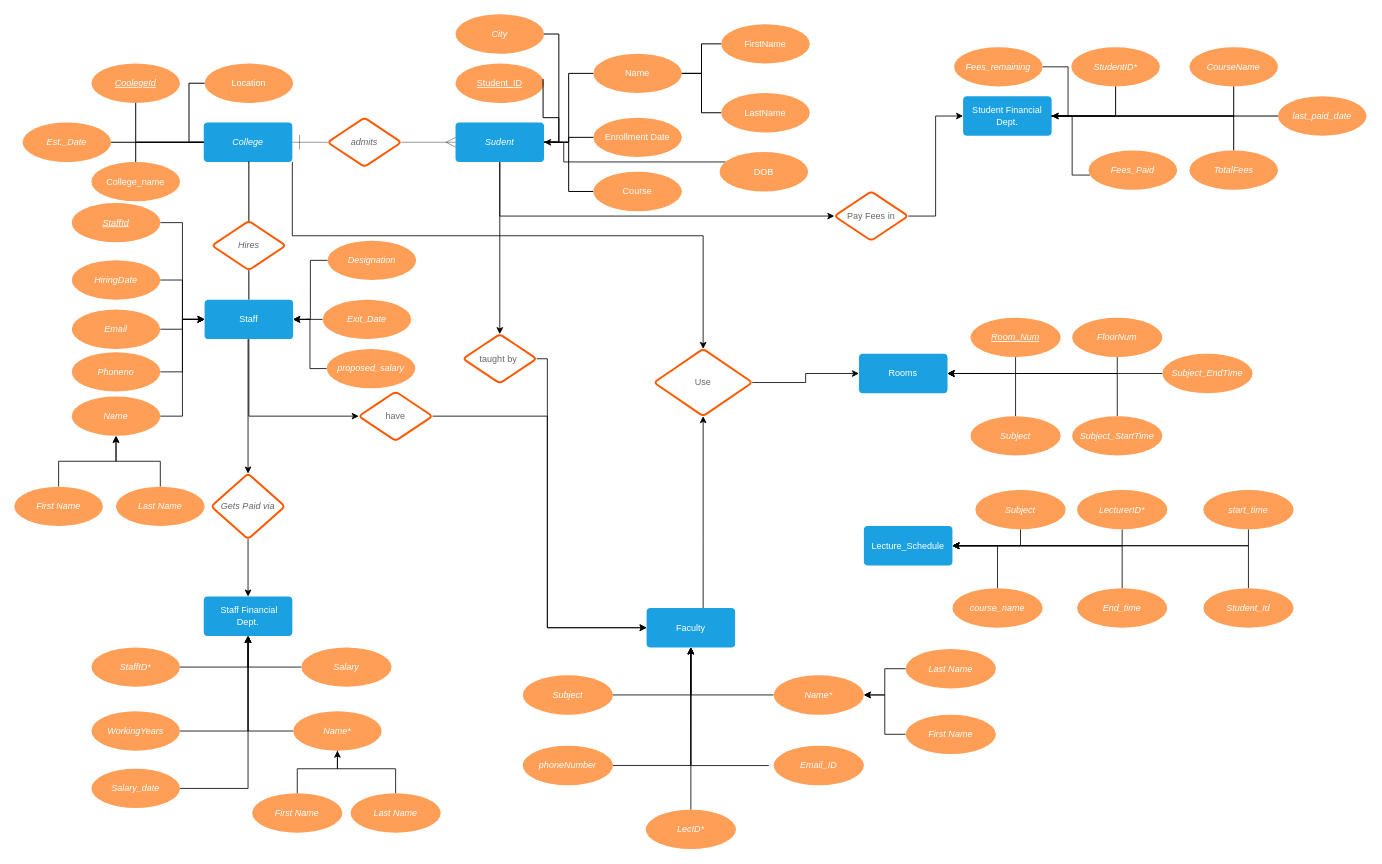
The draw.io diagram Untitled Diagram.drawio in nikgrover/DBMS, before the edit. Source tidied: cells renumbered, new cells numbered last; positions are measured from the earlier drawing's top-left corner, leaving out a move shared by most shapes. Both pictures are drawn from the tidied source at 82%, with x=0, y=0 at pixel (14, 14).
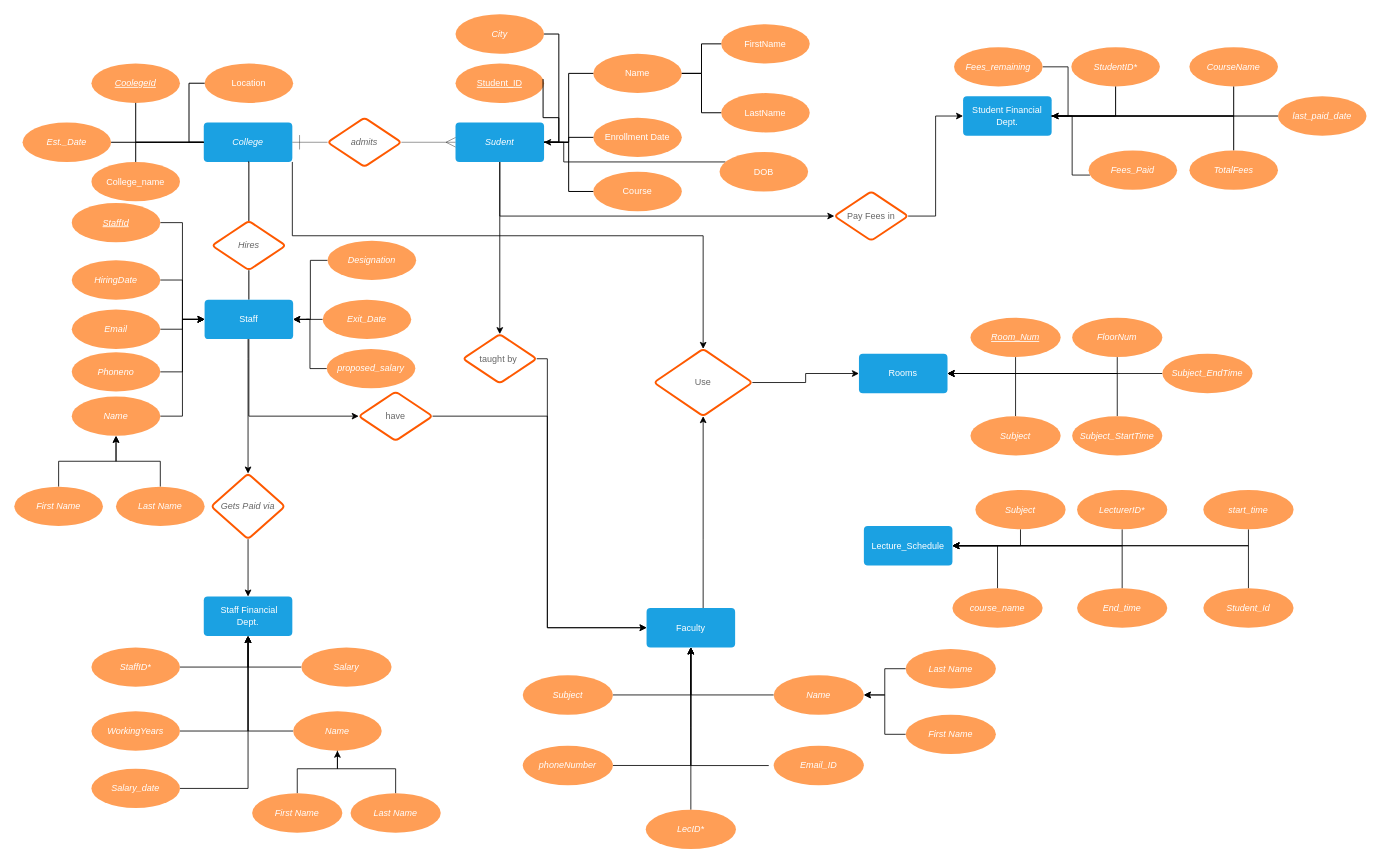
After the change.

Diff of the diagram source:
```diff
@@
-    <mxCell id="68" value="Name*" style="html=1;whiteSpace=wrap;ellipse;fontSize=11;fontColor=#ffffff;fontStyle=2;spacing=5;strokeOpacity=0;fillOpacity=100;rounded=1;absoluteArcSize=1;arcSize=9.6;fillColor=#ff9e56;strokeWidth=1.2;" parent="1" vertex="1">
+    <mxCell id="68" value="Name" style="html=1;whiteSpace=wrap;ellipse;fontSize=11;fontColor=#ffffff;fontStyle=2;spacing=5;strokeOpacity=0;fillOpacity=100;rounded=1;absoluteArcSize=1;arcSize=9.6;fillColor=#ff9e56;strokeWidth=1.2;" parent="1" vertex="1">
       <mxGeometry x="340" y="850" width="108" height="48" as="geometry" />
     </mxCell>
@@
-    <mxCell id="92" value="Name*" style="html=1;whiteSpace=wrap;ellipse;fontSize=11;fontColor=#ffffff;fontStyle=2;spacing=5;strokeOpacity=0;fillOpacity=100;rounded=1;absoluteArcSize=1;arcSize=9.6;fillColor=#ff9e56;strokeWidth=1.2;" parent="1" vertex="1">
+    <mxCell id="92" value="Name" style="html=1;whiteSpace=wrap;ellipse;fontSize=11;fontColor=#ffffff;fontStyle=2;spacing=5;strokeOpacity=0;fillOpacity=100;rounded=1;absoluteArcSize=1;arcSize=9.6;fillColor=#ff9e56;strokeWidth=1.2;" parent="1" vertex="1">
       <mxGeometry x="926" y="806" width="110" height="48" as="geometry" />
     </mxCell>
```
